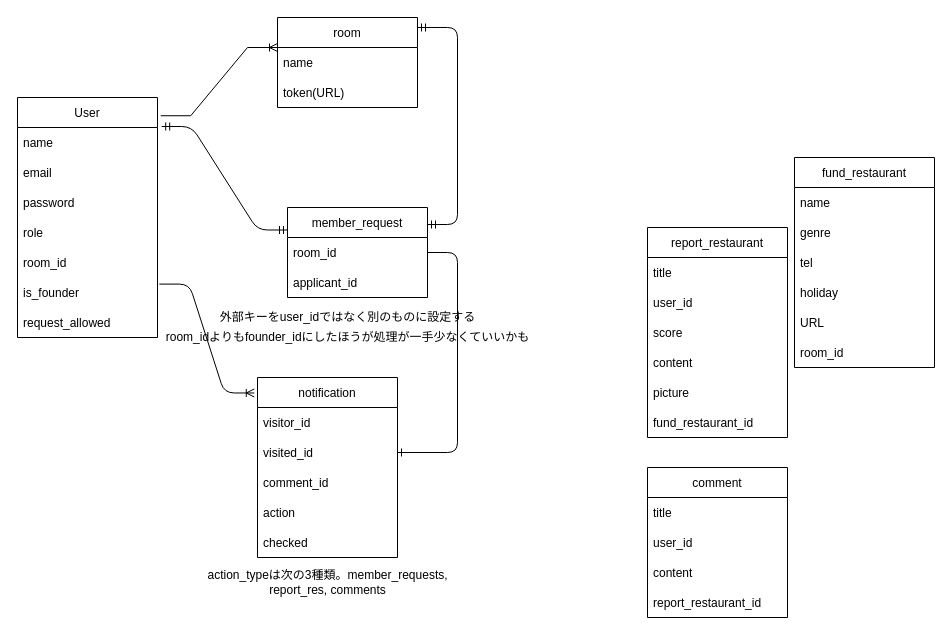
The draw.io diagram ER_diagram.drawio in kashmii/favs_we_know, before the edit. Source tidied: cells renumbered, new cells numbered last; positions are measured from the earlier drawing's top-left corner, leaving out a move shared by most shapes. Both pictures are drawn from the tidied source at 100%, with x=0, y=0 at pixel (17, 17).
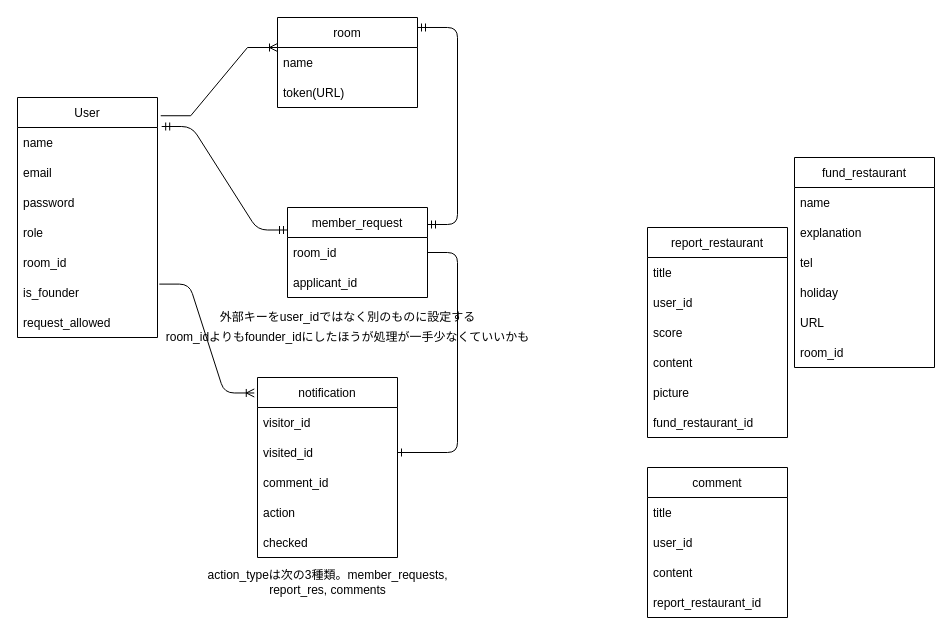
After the change.

Unchanged cells that the change refers to:
```xml
<mxCell id="13" value="fund_restaurant" style="swimlane;fontStyle=0;horizontal=1;startSize=30;" parent="1" vertex="1">
  <mxGeometry x="777" y="140" width="140" height="210" as="geometry" />
</mxCell>
```

Diff of the diagram source:
```diff
@@
-    <mxCell id="15" value="genre" style="text;strokeColor=none;fillColor=none;align=left;verticalAlign=middle;spacingLeft=4;spacingRight=4;overflow=hidden;" parent="13" vertex="1">
+    <mxCell id="15" value="explanation" style="text;strokeColor=none;fillColor=none;align=left;verticalAlign=middle;spacingLeft=4;spacingRight=4;overflow=hidden;" parent="13" vertex="1">
       <mxGeometry y="60" width="140" height="30" as="geometry" />
     </mxCell>
```
